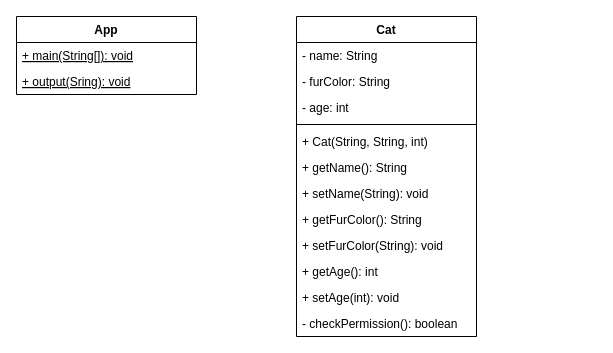
Before: page "App - Cat" (2 of 2) of com/cc/java/klassendiagramm.drawio in 01-OOP-Bjick/02_Klassen_Objekte_1, a draw.io diagram. Source tidied: cells renumbered, new cells numbered last; positions are measured from the earlier drawing's top-left corner, leaving out a move shared by most shapes. Both pictures are drawn from the tidied source at 100%, with x=0, y=0 at pixel (16, 16).
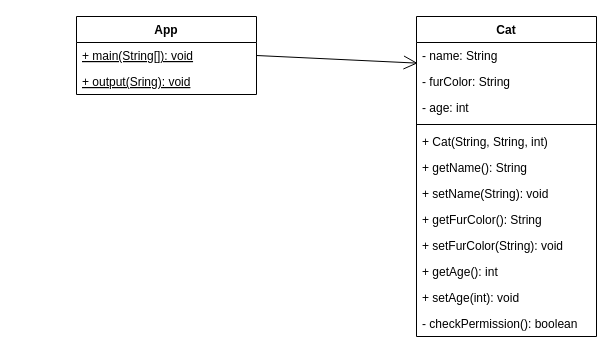
After the change.

The edit, as a diff of the source:
```diff
@@
 <mxGraphModel>
   <root>
     <mxCell id="0" />
     <mxCell id="1" parent="0" />
     <mxCell id="2" value="Cat" style="swimlane;fontStyle=1;align=center;verticalAlign=top;horizontal=1;startSize=26;" parent="1" vertex="1">
-      <mxGeometry x="280" width="180" height="320" as="geometry" />
+      <mxGeometry x="400" width="180" height="320" as="geometry" />
     </mxCell>
     <mxCell id="3" value="- name: String" style="text;strokeColor=none;fillColor=none;align=left;verticalAlign=top;spacingLeft=4;spacingRight=4;overflow=hidden;points=[[0,0.5],[1,0.5]];portConstraint=eastwest;" parent="2" vertex="1">
       <mxGeometry y="26" width="180" height="26" as="geometry" />
     </mxCell>
     <mxCell id="4" value="- furColor: String" style="text;strokeColor=none;fillColor=none;align=left;verticalAlign=top;spacingLeft=4;spacingRight=4;overflow=hidden;" parent="2" vertex="1">
       <mxGeometry y="52" width="180" height="26" as="geometry" />
     </mxCell>
     <mxCell id="5" value="- age: int" style="text;strokeColor=none;fillColor=none;align=left;verticalAlign=top;spacingLeft=4;spacingRight=4;overflow=hidden;" parent="2" vertex="1">
       <mxGeometry y="78" width="180" height="26" as="geometry" />
     </mxCell>
     <mxCell id="6" style="line;strokeWidth=1;fillColor=none;align=left;verticalAlign=middle;spacingTop=-1;spacingLeft=3;spacingRight=3;labelPosition=right;strokeColor=inherit;" parent="2" vertex="1">
       <mxGeometry y="104" width="180" height="8" as="geometry" />
     </mxCell>
     <mxCell id="7" value="+ Cat(String, String, int)" style="text;strokeColor=none;fillColor=none;align=left;verticalAlign=top;spacingLeft=4;spacingRight=4;overflow=hidden;" parent="2" vertex="1">
       <mxGeometry y="112" width="180" height="26" as="geometry" />
     </mxCell>
     <mxCell id="8" value="+ getName(): String" style="text;strokeColor=none;fillColor=none;align=left;verticalAlign=top;spacingLeft=4;spacingRight=4;overflow=hidden;" parent="2" vertex="1">
       <mxGeometry y="138" width="180" height="26" as="geometry" />
     </mxCell>
     <mxCell id="9" value="+ setName(String): void" style="text;strokeColor=none;fillColor=none;align=left;verticalAlign=top;spacingLeft=4;spacingRight=4;overflow=hidden;" parent="2" vertex="1">
       <mxGeometry y="164" width="180" height="26" as="geometry" />
     </mxCell>
     <mxCell id="10" value="+ getFurColor(): String" style="text;strokeColor=none;fillColor=none;align=left;verticalAlign=top;spacingLeft=4;spacingRight=4;overflow=hidden;" parent="2" vertex="1">
       <mxGeometry y="190" width="180" height="26" as="geometry" />
     </mxCell>
     <mxCell id="11" value="+ setFurColor(String): void" style="text;strokeColor=none;fillColor=none;align=left;verticalAlign=top;spacingLeft=4;spacingRight=4;overflow=hidden;" parent="2" vertex="1">
       <mxGeometry y="216" width="180" height="26" as="geometry" />
     </mxCell>
     <mxCell id="12" value="+ getAge(): int" style="text;strokeColor=none;fillColor=none;align=left;verticalAlign=top;spacingLeft=4;spacingRight=4;overflow=hidden;" parent="2" vertex="1">
       <mxGeometry y="242" width="180" height="26" as="geometry" />
     </mxCell>
     <mxCell id="13" value="+ setAge(int): void" style="text;strokeColor=none;fillColor=none;align=left;verticalAlign=top;spacingLeft=4;spacingRight=4;overflow=hidden;" parent="2" vertex="1">
       <mxGeometry y="268" width="180" height="26" as="geometry" />
     </mxCell>
     <mxCell id="14" value="- checkPermission(): boolean" style="text;strokeColor=none;fillColor=none;align=left;verticalAlign=top;spacingLeft=4;spacingRight=4;overflow=hidden;" parent="2" vertex="1">
       <mxGeometry y="294" width="180" height="26" as="geometry" />
     </mxCell>
     <mxCell id="15" value="App" style="swimlane;fontStyle=1;align=center;verticalAlign=top;horizontal=1;startSize=26;" parent="1" vertex="1">
-      <mxGeometry width="180" height="78" as="geometry" />
+      <mxGeometry x="60" width="180" height="78" as="geometry" />
     </mxCell>
     <mxCell id="16" value="+ main(String[]): void" style="text;strokeColor=none;fillColor=none;align=left;verticalAlign=top;spacingLeft=4;spacingRight=4;overflow=hidden;points=[[0,0.5],[1,0.5]];portConstraint=eastwest;fontStyle=4;" parent="15" vertex="1">
       <mxGeometry y="26" width="180" height="26" as="geometry" />
     </mxCell>
     <mxCell id="17" value="+ output(Sring): void" style="text;strokeColor=none;fillColor=none;align=left;verticalAlign=top;spacingLeft=4;spacingRight=4;overflow=hidden;fontStyle=4;" parent="15" vertex="1">
       <mxGeometry y="52" width="180" height="26" as="geometry" />
     </mxCell>
+    <mxCell id="18" style="endArrow=open;endFill=1;endSize=12;html=1;exitX=1;exitY=0.5;exitDx=0;exitDy=0;entryX=0.007;entryY=0.795;entryDx=0;entryDy=0;entryPerimeter=0;" parent="1" edge="1" source="16" target="3">
+      <mxGeometry relative="1" as="geometry" />
+    </mxCell>
   </root>
 </mxGraphModel>
```
